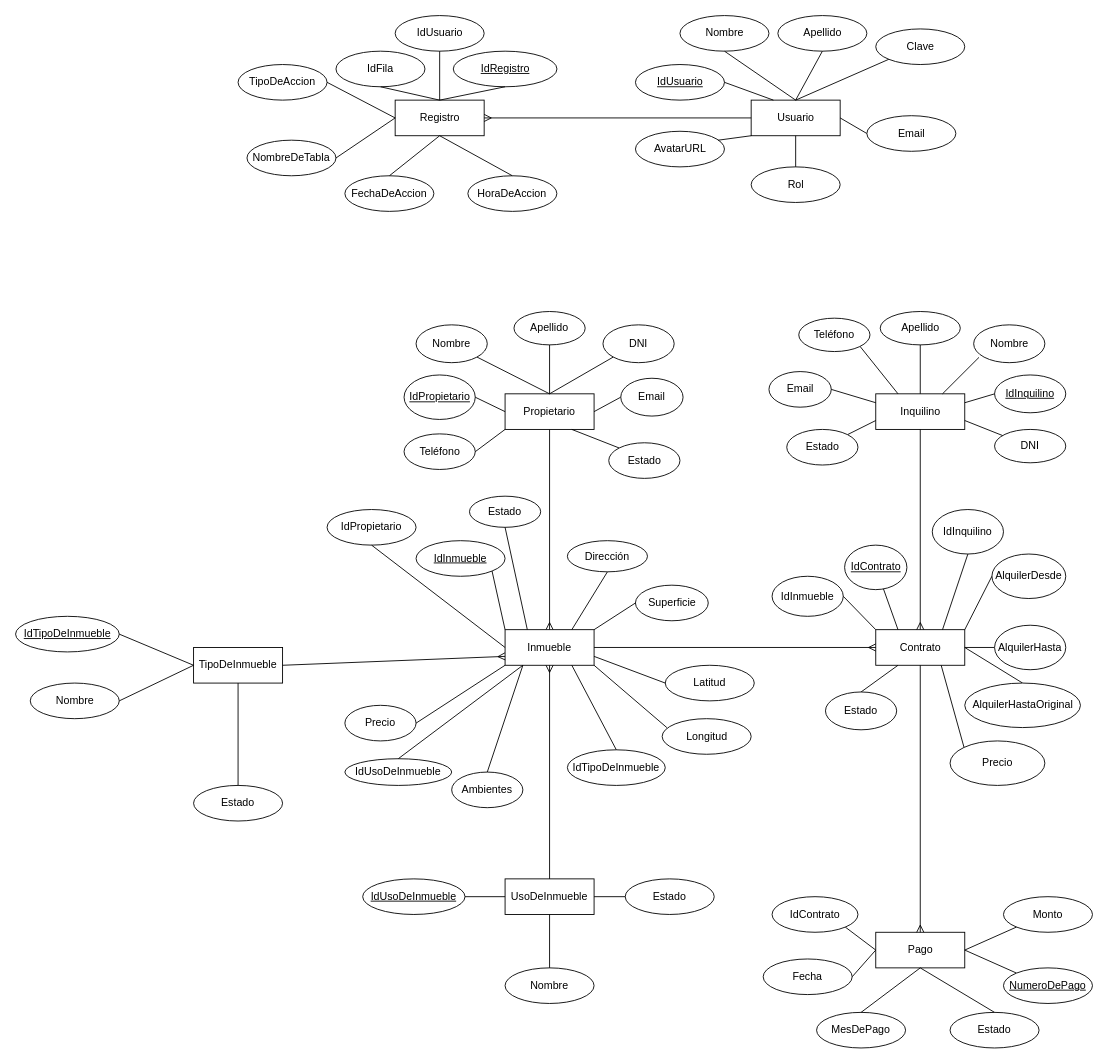
Above: DER InmobiliariaBaigorriaDiaz.drawio in EzequielDiaz777/inmobiliariaBaigorriaDiaz (draw.io), before the change. Source tidied: cells renumbered, new cells numbered last; positions are measured from the earlier drawing's top-left corner, leaving out a move shared by most shapes. Both pictures are drawn from the tidied source at 89%, with x=0, y=0 at pixel (15, 15).
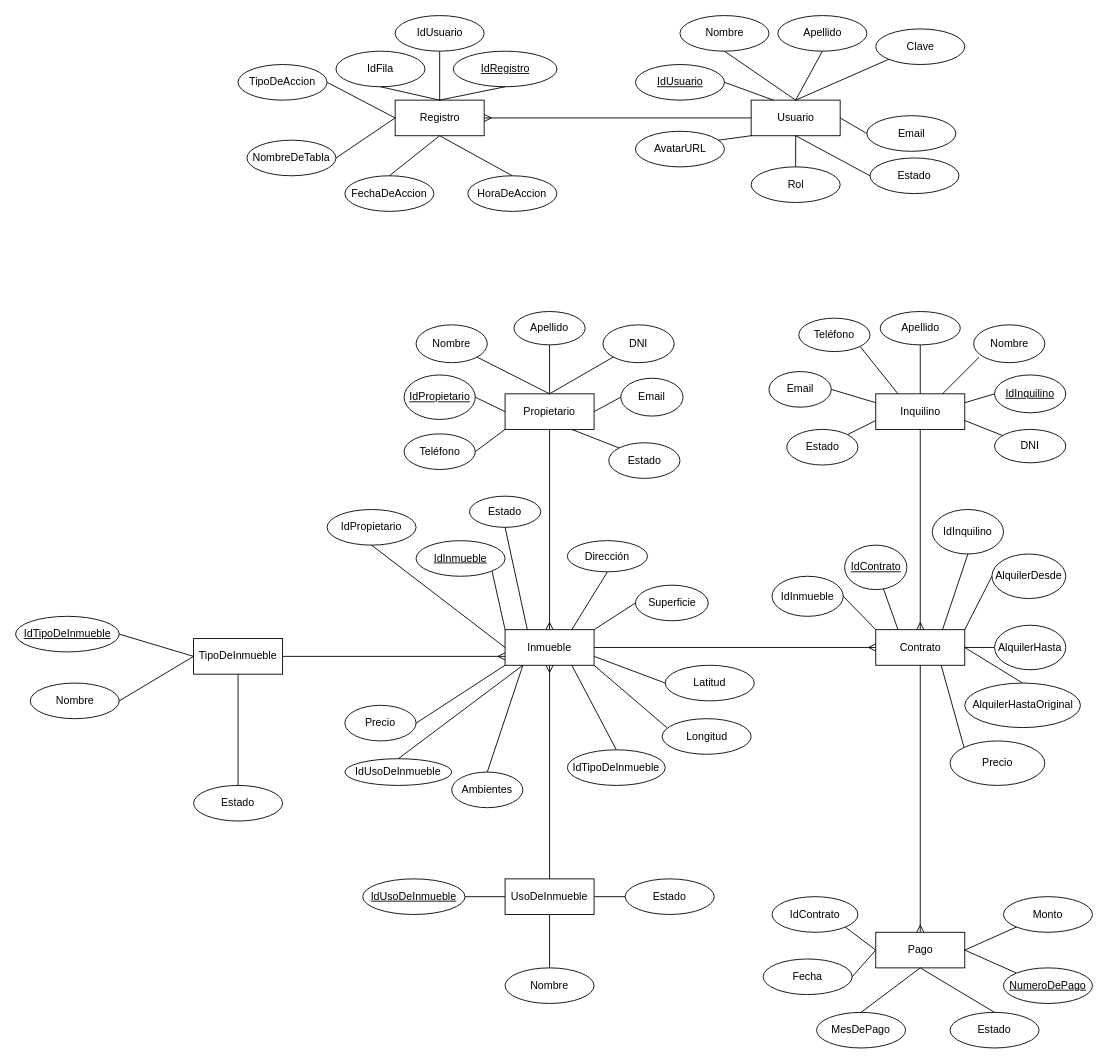
The same diagram, later.

Commit message (it also covers changes not shown here):
Actualización de BD. esquema, DER y detalles

The change refers to these unchanged cells:
```xml
<mxCell id="50" value="Contrato" style="whiteSpace=wrap;html=1;align=center;" parent="1" vertex="1">
  <mxGeometry x="966.5" y="690" width="100" height="40" as="geometry" />
</mxCell>
<mxCell id="72" value="Usuario" style="whiteSpace=wrap;html=1;align=center;" parent="1" vertex="1">
  <mxGeometry x="826.5" y="95" width="100" height="40" as="geometry" />
</mxCell>
```

The edit, as a diff of the source:
```diff
@@
-    <mxCell id="94" style="endArrow=none;html=1;rounded=0;exitX=0.25;exitY=1;exitDx=0;exitDy=0;entryX=0.5;entryY=0;entryDx=0;entryDy=0;" parent="1" edge="1" source="50" target="95">
-      <mxGeometry relative="1" as="geometry" />
-    </mxCell>
-    <mxCell id="95" value="Estado" style="ellipse;whiteSpace=wrap;html=1;align=center;fontStyle=0;" parent="1" vertex="1">
-      <mxGeometry x="910" y="760" width="80" height="42.5" as="geometry" />
-    </mxCell>
     <mxCell id="96" value="TipoDeInmueble" style="whiteSpace=wrap;html=1;align=center;" parent="1" vertex="1">
-      <mxGeometry x="200" y="710" width="100" height="40" as="geometry" />
+      <mxGeometry x="200" y="700" width="100" height="40" as="geometry" />
     </mxCell>
@@
+    <mxCell id="95" value="Estado" style="ellipse;whiteSpace=wrap;html=1;align=center;fontStyle=0;" parent="1" vertex="1">
+      <mxGeometry x="960" y="160" width="100" height="40" as="geometry" />
+    </mxCell>
+    <mxCell id="136" style="endArrow=none;html=1;rounded=0;exitX=0.5;exitY=1;exitDx=0;exitDy=0;entryX=0;entryY=0.5;entryDx=0;entryDy=0;" parent="1" edge="1" source="72" target="95">
+      <mxGeometry relative="1" as="geometry" />
+    </mxCell>
```
